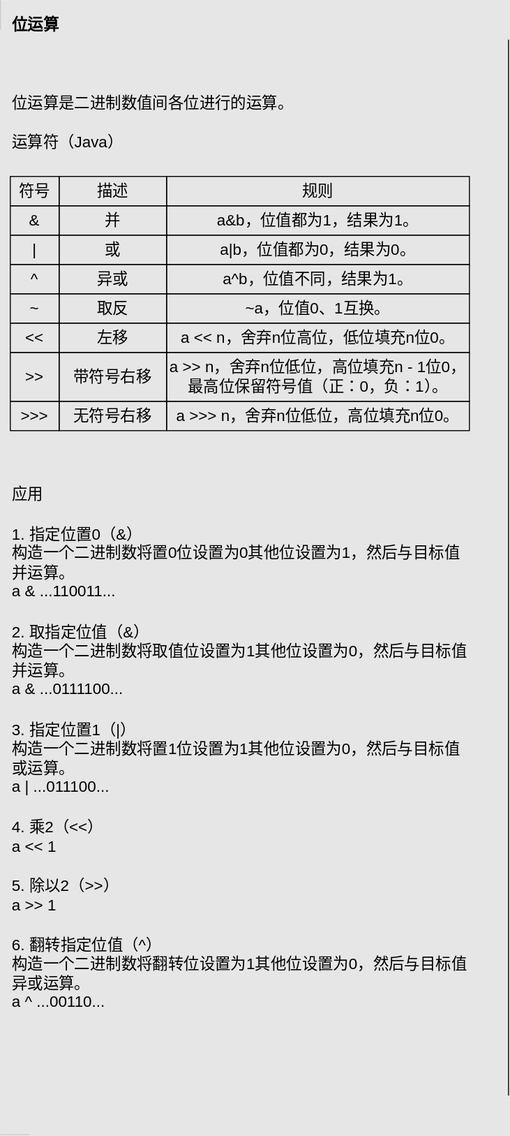
Above: 数据结构和算法/位运算.svg in trophate/development-note (draw.io), before the change. Source tidied: cells renumbered, new cells last; positions are measured from the earlier drawing's top-left corner, leaving out a move shared by most shapes. The source it was exported from:
```xml
<mxGraphModel background="#E6E6E6">
  <root>
    <mxCell id="0" />
    <mxCell id="1" parent="0" />
    <mxCell id="2" value="位运算" style="text;html=1;strokeColor=none;fillColor=none;align=left;verticalAlign=middle;whiteSpace=wrap;rounded=0;fontSize=16;fontStyle=1;" parent="1" vertex="1">
      <mxGeometry x="10" y="10" width="50" height="30" as="geometry" />
    </mxCell>
    <mxCell id="3" value="位运算是二进制数值间各位进行的运算。" style="text;html=1;strokeColor=none;fillColor=none;align=left;verticalAlign=middle;whiteSpace=wrap;rounded=0;fontSize=16;" parent="1" vertex="1">
      <mxGeometry x="10" y="90" width="290" height="30" as="geometry" />
    </mxCell>
    <mxCell id="4" style="endArrow=none;html=1;rounded=0;fontSize=12;startSize=8;endSize=8;curved=1;strokeColor=#CCCCCC;" parent="1" edge="1">
      <mxGeometry relative="1" as="geometry">
        <mxPoint y="30" as="sourcePoint" />
        <mxPoint as="targetPoint" />
      </mxGeometry>
    </mxCell>
    <mxCell id="5" style="endArrow=none;html=1;rounded=0;fontSize=12;startSize=8;endSize=8;curved=1;" parent="1" edge="1">
      <mxGeometry relative="1" as="geometry">
        <mxPoint x="520" y="1120" as="sourcePoint" />
        <mxPoint x="520" y="40" as="targetPoint" />
      </mxGeometry>
    </mxCell>
    <mxCell id="6" style="endArrow=none;html=1;rounded=0;fontSize=12;startSize=8;endSize=8;curved=1;strokeColor=#CCCCCC;" parent="1" edge="1">
      <mxGeometry relative="1" as="geometry">
        <mxPoint x="30" y="1160" as="sourcePoint" />
        <mxPoint y="1160" as="targetPoint" />
      </mxGeometry>
    </mxCell>
    <mxCell id="7" value="运算符（Java）" style="text;html=1;strokeColor=none;fillColor=none;align=left;verticalAlign=middle;whiteSpace=wrap;rounded=0;fontSize=16;" parent="1" vertex="1">
      <mxGeometry x="10" y="130" width="120" height="30" as="geometry" />
    </mxCell>
    <mxCell id="8" value="符号" style="rounded=0;whiteSpace=wrap;html=1;fontSize=16;fillColor=none;" parent="1" vertex="1">
      <mxGeometry x="10" y="180" width="50" height="30" as="geometry" />
    </mxCell>
    <mxCell id="9" value="描述" style="rounded=0;whiteSpace=wrap;html=1;fontSize=16;fillColor=none;" parent="1" vertex="1">
      <mxGeometry x="60" y="180" width="110" height="30" as="geometry" />
    </mxCell>
    <mxCell id="10" value="&amp;amp;" style="rounded=0;whiteSpace=wrap;html=1;fontSize=16;fillColor=none;" parent="1" vertex="1">
      <mxGeometry x="10" y="210" width="50" height="30" as="geometry" />
    </mxCell>
    <mxCell id="11" value="并" style="rounded=0;whiteSpace=wrap;html=1;fontSize=16;fillColor=none;" parent="1" vertex="1">
      <mxGeometry x="60" y="210" width="110" height="30" as="geometry" />
    </mxCell>
    <mxCell id="12" value="|" style="rounded=0;whiteSpace=wrap;html=1;fontSize=16;fillColor=none;" parent="1" vertex="1">
      <mxGeometry x="10" y="240" width="50" height="30" as="geometry" />
    </mxCell>
    <mxCell id="13" value="或" style="rounded=0;whiteSpace=wrap;html=1;fontSize=16;fillColor=none;" parent="1" vertex="1">
      <mxGeometry x="60" y="240" width="110" height="30" as="geometry" />
    </mxCell>
    <mxCell id="14" value="^" style="rounded=0;whiteSpace=wrap;html=1;fontSize=16;fillColor=none;" parent="1" vertex="1">
      <mxGeometry x="10" y="270" width="50" height="30" as="geometry" />
    </mxCell>
    <mxCell id="15" value="异或" style="rounded=0;whiteSpace=wrap;html=1;fontSize=16;fillColor=none;" parent="1" vertex="1">
      <mxGeometry x="60" y="270" width="110" height="30" as="geometry" />
    </mxCell>
    <mxCell id="16" value="~" style="rounded=0;whiteSpace=wrap;html=1;fontSize=16;fillColor=none;" parent="1" vertex="1">
      <mxGeometry x="10" y="300" width="50" height="30" as="geometry" />
    </mxCell>
    <mxCell id="17" value="取反" style="rounded=0;whiteSpace=wrap;html=1;fontSize=16;fillColor=none;" parent="1" vertex="1">
      <mxGeometry x="60" y="300" width="110" height="30" as="geometry" />
    </mxCell>
    <mxCell id="18" value="&amp;lt;&amp;lt;" style="rounded=0;whiteSpace=wrap;html=1;fontSize=16;fillColor=none;" parent="1" vertex="1">
      <mxGeometry x="10" y="330" width="50" height="30" as="geometry" />
    </mxCell>
    <mxCell id="19" value="左移" style="rounded=0;whiteSpace=wrap;html=1;fontSize=16;fillColor=none;" parent="1" vertex="1">
      <mxGeometry x="60" y="330" width="110" height="30" as="geometry" />
    </mxCell>
    <mxCell id="20" value="&amp;gt;&amp;gt;" style="rounded=0;whiteSpace=wrap;html=1;fontSize=16;fillColor=none;" parent="1" vertex="1">
      <mxGeometry x="10" y="360" width="50" height="50" as="geometry" />
    </mxCell>
    <mxCell id="21" value="带符号右移" style="rounded=0;whiteSpace=wrap;html=1;fontSize=16;fillColor=none;" parent="1" vertex="1">
      <mxGeometry x="60" y="360" width="110" height="50" as="geometry" />
    </mxCell>
    <mxCell id="22" value="&amp;gt;&amp;gt;&amp;gt;" style="rounded=0;whiteSpace=wrap;html=1;fontSize=16;fillColor=none;" parent="1" vertex="1">
      <mxGeometry x="10" y="410" width="50" height="30" as="geometry" />
    </mxCell>
    <mxCell id="23" value="无符号右移" style="rounded=0;whiteSpace=wrap;html=1;fontSize=16;fillColor=none;" parent="1" vertex="1">
      <mxGeometry x="60" y="410" width="110" height="30" as="geometry" />
    </mxCell>
    <mxCell id="24" value="规则" style="rounded=0;whiteSpace=wrap;html=1;fontSize=16;fillColor=none;" parent="1" vertex="1">
      <mxGeometry x="170" y="180" width="310" height="30" as="geometry" />
    </mxCell>
    <mxCell id="25" value="a&amp;amp;b，位值都为1，结果为1。" style="rounded=0;whiteSpace=wrap;html=1;fontSize=16;fillColor=none;" parent="1" vertex="1">
      <mxGeometry x="170" y="210" width="310" height="30" as="geometry" />
    </mxCell>
    <mxCell id="26" value="a|b，位值都为0，结果为0。" style="rounded=0;whiteSpace=wrap;html=1;fontSize=16;fillColor=none;" parent="1" vertex="1">
      <mxGeometry x="170" y="240" width="310" height="30" as="geometry" />
    </mxCell>
    <mxCell id="27" value="a^b，位值不同，结果为1。" style="rounded=0;whiteSpace=wrap;html=1;fontSize=16;fillColor=none;" parent="1" vertex="1">
      <mxGeometry x="170" y="270" width="310" height="30" as="geometry" />
    </mxCell>
    <mxCell id="28" value="~a，位值0、1互换。" style="rounded=0;whiteSpace=wrap;html=1;fontSize=16;fillColor=none;" parent="1" vertex="1">
      <mxGeometry x="170" y="300" width="310" height="30" as="geometry" />
    </mxCell>
    <mxCell id="29" value="a &amp;lt;&amp;lt; n，舍弃n位高位，低位填充n位0。" style="rounded=0;whiteSpace=wrap;html=1;fontSize=16;fillColor=none;" parent="1" vertex="1">
      <mxGeometry x="170" y="330" width="310" height="30" as="geometry" />
    </mxCell>
    <mxCell id="30" value="a &amp;gt;&amp;gt; n，舍弃n位低位，高位填充n - 1位0，最高位保留符号值（正：0，负：1）。" style="rounded=0;whiteSpace=wrap;html=1;fontSize=16;fillColor=none;" parent="1" vertex="1">
      <mxGeometry x="170" y="360" width="310" height="50" as="geometry" />
    </mxCell>
    <mxCell id="31" value="a &amp;gt;&amp;gt;&amp;gt; n，舍弃n位低位，高位填充n位0。" style="rounded=0;whiteSpace=wrap;html=1;fontSize=16;fillColor=none;" parent="1" vertex="1">
      <mxGeometry x="170" y="410" width="310" height="30" as="geometry" />
    </mxCell>
    <mxCell id="32" value="应用" style="text;html=1;strokeColor=none;fillColor=none;align=left;verticalAlign=middle;whiteSpace=wrap;rounded=0;fontSize=16;" parent="1" vertex="1">
      <mxGeometry x="10" y="490" width="40" height="30" as="geometry" />
    </mxCell>
    <mxCell id="33" value="1. 指定位置0（&amp;amp;）&lt;br&gt;构造一个二进制数将置0位设置为0其他位设置为1，然后与目标值并运算。&lt;br&gt;a &amp;amp; ...110011..." style="text;html=1;strokeColor=none;fillColor=none;align=left;verticalAlign=middle;whiteSpace=wrap;rounded=0;fontSize=16;" parent="1" vertex="1">
      <mxGeometry x="10" y="530" width="470" height="90" as="geometry" />
    </mxCell>
    <mxCell id="34" value="3. 指定位置1（|）&lt;br&gt;构造一个二进制数将置1位设置为1其他位设置为0，然后与目标值或运算。&lt;br&gt;a | ...011100..." style="text;html=1;strokeColor=none;fillColor=none;align=left;verticalAlign=middle;whiteSpace=wrap;rounded=0;fontSize=16;" parent="1" vertex="1">
      <mxGeometry x="10" y="730" width="470" height="90" as="geometry" />
    </mxCell>
    <mxCell id="35" value="4. 乘2（&amp;lt;&amp;lt;）&lt;br&gt;a &amp;lt;&amp;lt; 1" style="text;html=1;strokeColor=none;fillColor=none;align=left;verticalAlign=middle;whiteSpace=wrap;rounded=0;fontSize=16;" parent="1" vertex="1">
      <mxGeometry x="10" y="830" width="100" height="50" as="geometry" />
    </mxCell>
    <mxCell id="36" value="5. 除以2（&amp;gt;&amp;gt;）&lt;br&gt;a &amp;gt;&amp;gt; 1" style="text;html=1;strokeColor=none;fillColor=none;align=left;verticalAlign=middle;whiteSpace=wrap;rounded=0;fontSize=16;" parent="1" vertex="1">
      <mxGeometry x="10" y="890" width="120" height="50" as="geometry" />
    </mxCell>
    <mxCell id="37" value="2. 取指定位值（&amp;amp;）&lt;br&gt;构造一个二进制数将取值位设置为1其他位设置为0，然后与目标值并运算。&lt;br&gt;a &amp;amp; ...0111100..." style="text;html=1;strokeColor=none;fillColor=none;align=left;verticalAlign=middle;whiteSpace=wrap;rounded=0;fontSize=16;" parent="1" vertex="1">
      <mxGeometry x="10" y="630" width="470" height="90" as="geometry" />
    </mxCell>
    <mxCell id="38" value="6. 翻转指定位值（^）&lt;br&gt;构造一个二进制数将翻转位设置为1其他位设置为0，然后与目标值异或运算。&lt;br&gt;a ^ ...00110..." style="text;html=1;strokeColor=none;fillColor=none;align=left;verticalAlign=middle;whiteSpace=wrap;rounded=0;fontSize=16;" parent="1" vertex="1">
      <mxGeometry x="10" y="950" width="470" height="90" as="geometry" />
    </mxCell>
  </root>
</mxGraphModel>
```
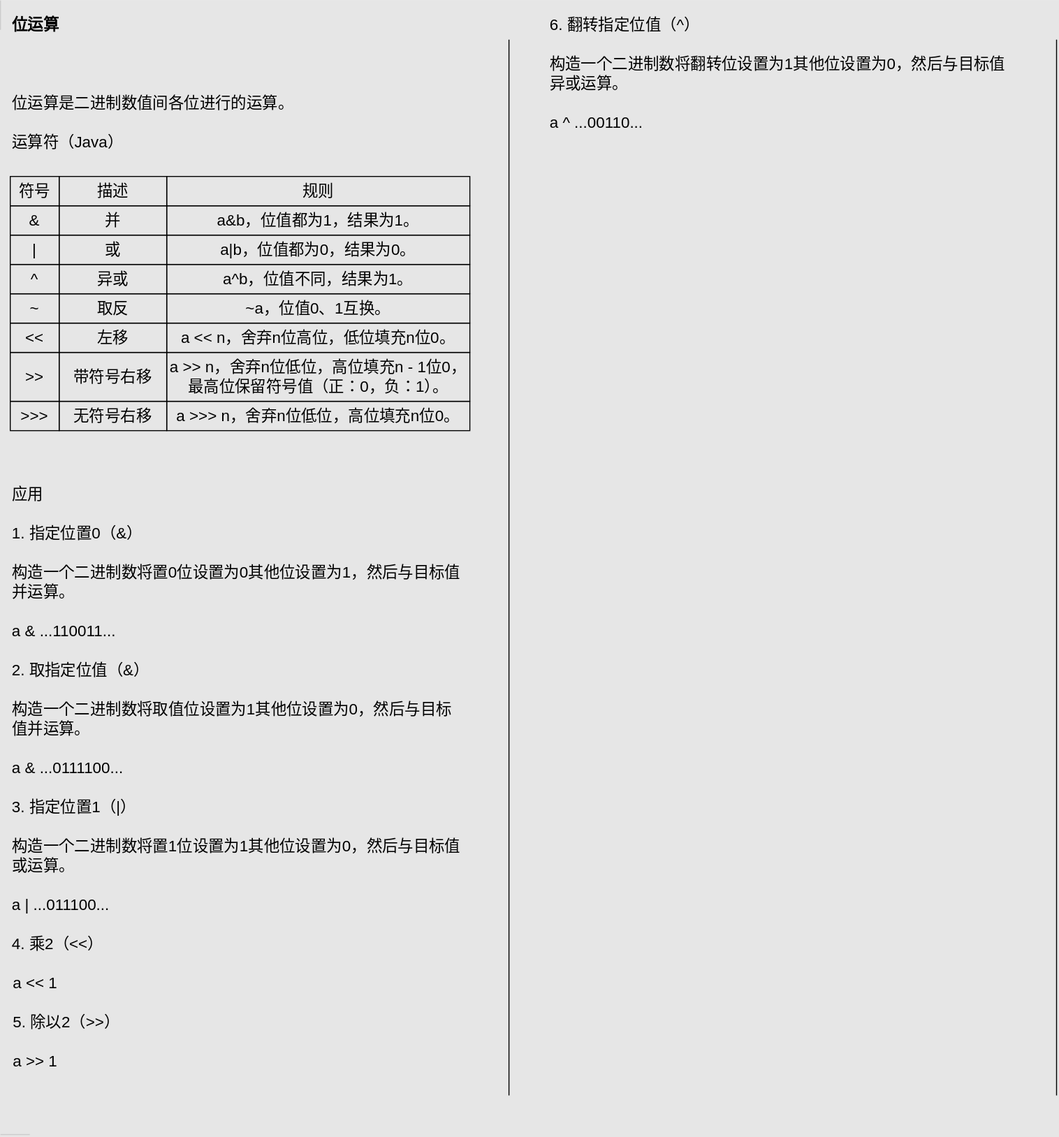
After the commit.

The edit, as a diff of the source:
```diff
@@ -104,23 +104,59 @@
     <mxCell id="32" value="应用" style="text;html=1;strokeColor=none;fillColor=none;align=left;verticalAlign=middle;whiteSpace=wrap;rounded=0;fontSize=16;" parent="1" vertex="1">
       <mxGeometry x="10" y="490" width="40" height="30" as="geometry" />
     </mxCell>
-    <mxCell id="33" value="1. 指定位置0（&amp;amp;）&lt;br&gt;构造一个二进制数将置0位设置为0其他位设置为1，然后与目标值并运算。&lt;br&gt;a &amp;amp; ...110011..." style="text;html=1;strokeColor=none;fillColor=none;align=left;verticalAlign=middle;whiteSpace=wrap;rounded=0;fontSize=16;" parent="1" vertex="1">
-      <mxGeometry x="10" y="530" width="470" height="90" as="geometry" />
+    <mxCell id="33" value="1. 指定位置0（&amp;amp;）" style="text;html=1;strokeColor=none;fillColor=none;align=left;verticalAlign=middle;whiteSpace=wrap;rounded=0;fontSize=16;" parent="1" vertex="1">
+      <mxGeometry x="10" y="530" width="140" height="30" as="geometry" />
     </mxCell>
-    <mxCell id="34" value="3. 指定位置1（|）&lt;br&gt;构造一个二进制数将置1位设置为1其他位设置为0，然后与目标值或运算。&lt;br&gt;a | ...011100..." style="text;html=1;strokeColor=none;fillColor=none;align=left;verticalAlign=middle;whiteSpace=wrap;rounded=0;fontSize=16;" parent="1" vertex="1">
-      <mxGeometry x="10" y="730" width="470" height="90" as="geometry" />
+    <mxCell id="34" value="3. 指定位置1（|）" style="text;html=1;strokeColor=none;fillColor=none;align=left;verticalAlign=middle;whiteSpace=wrap;rounded=0;fontSize=16;" parent="1" vertex="1">
+      <mxGeometry x="10" y="810" width="130" height="30" as="geometry" />
     </mxCell>
-    <mxCell id="35" value="4. 乘2（&amp;lt;&amp;lt;）&lt;br&gt;a &amp;lt;&amp;lt; 1" style="text;html=1;strokeColor=none;fillColor=none;align=left;verticalAlign=middle;whiteSpace=wrap;rounded=0;fontSize=16;" parent="1" vertex="1">
-      <mxGeometry x="10" y="830" width="100" height="50" as="geometry" />
+    <mxCell id="35" value="4. 乘2（&amp;lt;&amp;lt;）" style="text;html=1;strokeColor=none;fillColor=none;align=left;verticalAlign=middle;whiteSpace=wrap;rounded=0;fontSize=16;" parent="1" vertex="1">
+      <mxGeometry x="10" y="950" width="100" height="30" as="geometry" />
     </mxCell>
-    <mxCell id="36" value="5. 除以2（&amp;gt;&amp;gt;）&lt;br&gt;a &amp;gt;&amp;gt; 1" style="text;html=1;strokeColor=none;fillColor=none;align=left;verticalAlign=middle;whiteSpace=wrap;rounded=0;fontSize=16;" parent="1" vertex="1">
-      <mxGeometry x="10" y="890" width="120" height="50" as="geometry" />
+    <mxCell id="36" value="5. 除以2（&amp;gt;&amp;gt;）" style="text;html=1;strokeColor=none;fillColor=none;align=left;verticalAlign=middle;whiteSpace=wrap;rounded=0;fontSize=16;" parent="1" vertex="1">
+      <mxGeometry x="10.6" y="1030" width="120" height="30" as="geometry" />
     </mxCell>
-    <mxCell id="37" value="2. 取指定位值（&amp;amp;）&lt;br&gt;构造一个二进制数将取值位设置为1其他位设置为0，然后与目标值并运算。&lt;br&gt;a &amp;amp; ...0111100..." style="text;html=1;strokeColor=none;fillColor=none;align=left;verticalAlign=middle;whiteSpace=wrap;rounded=0;fontSize=16;" parent="1" vertex="1">
-      <mxGeometry x="10" y="630" width="470" height="90" as="geometry" />
+    <mxCell id="37" value="2. 取指定位值（&amp;amp;）" style="text;html=1;strokeColor=none;fillColor=none;align=left;verticalAlign=middle;whiteSpace=wrap;rounded=0;fontSize=16;" parent="1" vertex="1">
+      <mxGeometry x="10" y="670" width="142.5" height="30" as="geometry" />
     </mxCell>
-    <mxCell id="38" value="6. 翻转指定位值（^）&lt;br&gt;构造一个二进制数将翻转位设置为1其他位设置为0，然后与目标值异或运算。&lt;br&gt;a ^ ...00110..." style="text;html=1;strokeColor=none;fillColor=none;align=left;verticalAlign=middle;whiteSpace=wrap;rounded=0;fontSize=16;" parent="1" vertex="1">
-      <mxGeometry x="10" y="950" width="470" height="90" as="geometry" />
+    <mxCell id="38" value="6. 翻转指定位值（^）" style="text;html=1;strokeColor=none;fillColor=none;align=left;verticalAlign=middle;whiteSpace=wrap;rounded=0;fontSize=16;" parent="1" vertex="1">
+      <mxGeometry x="560" y="10" width="160" height="30" as="geometry" />
     </mxCell>
+    <mxCell id="39" value="构造一个二进制数将置0位设置为0其他位设置为1，然后与目标值并运算。" style="text;html=1;strokeColor=none;fillColor=none;align=left;verticalAlign=middle;whiteSpace=wrap;rounded=0;fontSize=16;" parent="1" vertex="1">
+      <mxGeometry x="10" y="570" width="465" height="50" as="geometry" />
+    </mxCell>
+    <mxCell id="40" value="a &amp;amp; ...110011..." style="text;html=1;strokeColor=none;fillColor=none;align=left;verticalAlign=middle;whiteSpace=wrap;rounded=0;fontSize=16;" parent="1" vertex="1">
+      <mxGeometry x="10" y="630" width="110" height="30" as="geometry" />
+    </mxCell>
+    <mxCell id="41" value="构造一个二进制数将取值位设置为1其他位设置为0，然后与目标值并运算。" style="text;html=1;strokeColor=none;fillColor=none;align=left;verticalAlign=middle;whiteSpace=wrap;rounded=0;fontSize=16;" parent="1" vertex="1">
+      <mxGeometry x="10" y="710" width="465" height="50" as="geometry" />
+    </mxCell>
+    <mxCell id="42" value="a &amp;amp; ...0111100..." style="text;html=1;strokeColor=none;fillColor=none;align=left;verticalAlign=middle;whiteSpace=wrap;rounded=0;fontSize=16;" parent="1" vertex="1">
+      <mxGeometry x="10" y="770" width="120" height="30" as="geometry" />
+    </mxCell>
+    <mxCell id="43" value="构造一个二进制数将置1位设置为1其他位设置为0，然后与目标值或运算。" style="text;html=1;strokeColor=none;fillColor=none;align=left;verticalAlign=middle;whiteSpace=wrap;rounded=0;fontSize=16;" parent="1" vertex="1">
+      <mxGeometry x="10" y="850" width="465" height="50" as="geometry" />
+    </mxCell>
+    <mxCell id="44" value="a | ...011100..." style="text;html=1;strokeColor=none;fillColor=none;align=left;verticalAlign=middle;whiteSpace=wrap;rounded=0;fontSize=16;" parent="1" vertex="1">
+      <mxGeometry x="10" y="910" width="108.8" height="30" as="geometry" />
+    </mxCell>
+    <mxCell id="45" value="a &amp;lt;&amp;lt; 1" style="text;html=1;strokeColor=none;fillColor=none;align=left;verticalAlign=middle;whiteSpace=wrap;rounded=0;fontSize=16;" parent="1" vertex="1">
+      <mxGeometry x="10.6" y="990" width="49.4" height="30" as="geometry" />
+    </mxCell>
+    <mxCell id="46" value="a &amp;gt;&amp;gt; 1" style="text;html=1;strokeColor=none;fillColor=none;align=left;verticalAlign=middle;whiteSpace=wrap;rounded=0;fontSize=16;" parent="1" vertex="1">
+      <mxGeometry x="10.6" y="1070" width="49.4" height="30" as="geometry" />
+    </mxCell>
+    <mxCell id="47" value="构造一个二进制数将翻转位设置为1其他位设置为0，然后与目标值异或运算。" style="text;html=1;strokeColor=none;fillColor=none;align=left;verticalAlign=middle;whiteSpace=wrap;rounded=0;fontSize=16;" parent="1" vertex="1">
+      <mxGeometry x="560" y="50" width="480" height="50" as="geometry" />
+    </mxCell>
+    <mxCell id="48" value="a ^ ...00110..." style="text;html=1;strokeColor=none;fillColor=none;align=left;verticalAlign=middle;whiteSpace=wrap;rounded=0;fontSize=16;" parent="1" vertex="1">
+      <mxGeometry x="560" y="110" width="100" height="30" as="geometry" />
+    </mxCell>
+    <mxCell id="49" style="endArrow=none;html=1;rounded=0;fontSize=12;startSize=8;endSize=8;curved=1;" parent="1" edge="1">
+      <mxGeometry relative="1" as="geometry">
+        <mxPoint x="1080" y="1120" as="sourcePoint" />
+        <mxPoint x="1080" y="40" as="targetPoint" />
+      </mxGeometry>
+    </mxCell>
   </root>
 </mxGraphModel>
```
